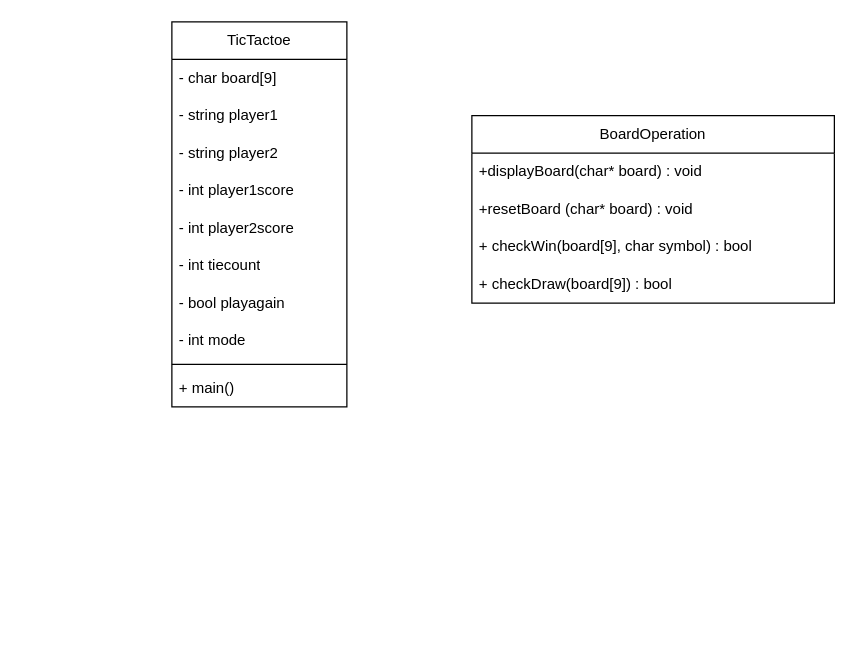
Above: lab12.drawio in haris-hk/Tic-Tac-Toe-on-C (draw.io), before the change. Source tidied: cells renumbered, new cells numbered last; positions are measured from the earlier drawing's top-left corner, leaving out a move shared by most shapes. Both pictures are drawn from the tidied source at 125%, with x=0, y=0 at pixel (171, 21).
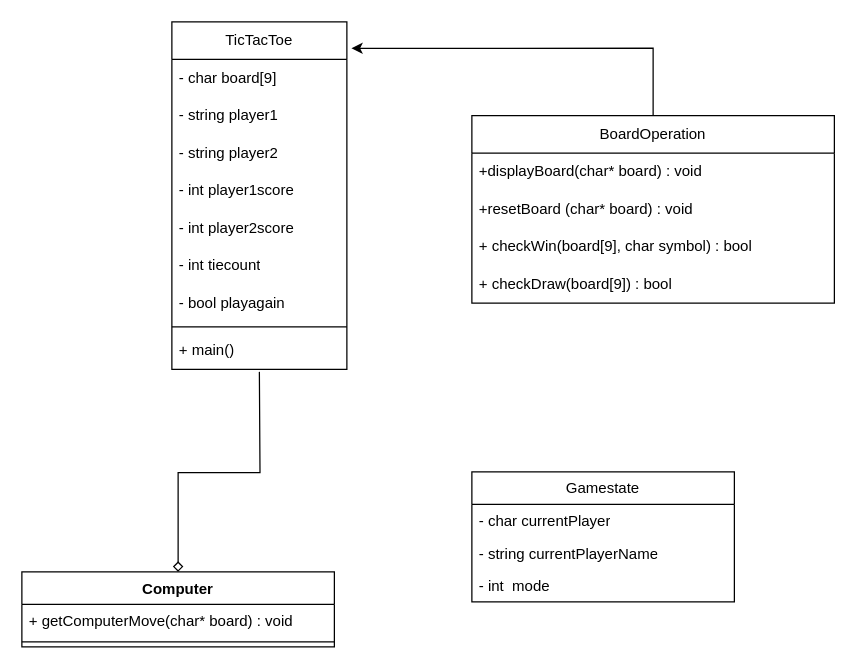
The same page after the edit.

Unchanged cells that the change refers to:
```xml
<mxCell id="13" value="BoardOperation" style="swimlane;fontStyle=0;horizontal=1;startSize=30;whiteSpace=wrap;html=1;" parent="1" vertex="1">
  <mxGeometry x="240" y="75" width="290" height="150" as="geometry" />
</mxCell>
```

The edit, as a diff of the source:
```diff
@@
-    <mxCell id="2" value="TicTactoe" style="swimlane;fontStyle=0;horizontal=1;startSize=30;whiteSpace=wrap;html=1;" parent="1" vertex="1">
-      <mxGeometry width="140" height="308" as="geometry" />
+    <mxCell id="2" value="TicTacToe" style="swimlane;fontStyle=0;horizontal=1;startSize=30;whiteSpace=wrap;html=1;" parent="1" vertex="1">
+      <mxGeometry width="140" height="278" as="geometry" />
     </mxCell>
@@
-    <mxCell id="10" value="- int mode" style="text;strokeColor=none;fillColor=none;align=left;verticalAlign=middle;spacingLeft=4;spacingRight=4;overflow=hidden;whiteSpace=wrap;html=1;" parent="2" vertex="1">
-      <mxGeometry y="240" width="140" height="30" as="geometry" />
-    </mxCell>
     <mxCell id="11" style="line;strokeWidth=1;fillColor=none;align=left;verticalAlign=middle;spacingTop=-1;spacingLeft=3;spacingRight=3;labelPosition=right;strokeColor=inherit;" parent="2" vertex="1">
-      <mxGeometry y="270" width="140" height="8" as="geometry" />
+      <mxGeometry y="240" width="140" height="8" as="geometry" />
     </mxCell>
     <mxCell id="12" value="+ main()" style="text;strokeColor=none;fillColor=none;align=left;verticalAlign=middle;spacingLeft=4;spacingRight=4;overflow=hidden;whiteSpace=wrap;html=1;" parent="2" vertex="1">
-      <mxGeometry y="278" width="140" height="30" as="geometry" />
+      <mxGeometry y="248" width="140" height="30" as="geometry" />
     </mxCell>
@@
+    <mxCell id="18" style="edgeStyle=orthogonalEdgeStyle;rounded=0;jettySize=auto;html=1;exitX=0.5;exitY=0;exitDx=0;exitDy=0;endArrow=none;endFill=0;startArrow=diamond;startFill=0;" parent="1" edge="1" source="19">
+      <mxGeometry relative="1" as="geometry">
+        <mxPoint x="70" y="280" as="targetPoint" />
+      </mxGeometry>
+    </mxCell>
+    <mxCell id="19" value="Computer" style="swimlane;fontStyle=1;align=center;verticalAlign=top;horizontal=1;startSize=26;whiteSpace=wrap;html=1;" parent="1" vertex="1">
+      <mxGeometry x="-120" y="440" width="250" height="60" as="geometry" />
+    </mxCell>
+    <mxCell id="20" value="+ getComputerMove(char* board) : void" style="text;strokeColor=none;fillColor=none;align=left;verticalAlign=top;spacingLeft=4;spacingRight=4;overflow=hidden;whiteSpace=wrap;html=1;" parent="19" vertex="1">
+      <mxGeometry y="26" width="250" height="26" as="geometry" />
+    </mxCell>
+    <mxCell id="21" style="line;strokeWidth=1;fillColor=none;align=left;verticalAlign=middle;spacingTop=-1;spacingLeft=3;spacingRight=3;labelPosition=right;strokeColor=inherit;" parent="19" vertex="1">
+      <mxGeometry y="52" width="250" height="8" as="geometry" />
+    </mxCell>
+    <mxCell id="22" value="Gamestate" style="swimlane;fontStyle=0;horizontal=1;startSize=26;fillColor=none;whiteSpace=wrap;html=1;" parent="1" vertex="1">
+      <mxGeometry x="240" y="360" width="210" height="104" as="geometry" />
+    </mxCell>
+    <mxCell id="23" value="- char currentPlayer" style="text;strokeColor=none;fillColor=none;align=left;verticalAlign=top;spacingLeft=4;spacingRight=4;overflow=hidden;whiteSpace=wrap;html=1;" parent="22" vertex="1">
+      <mxGeometry y="26" width="210" height="26" as="geometry" />
+    </mxCell>
+    <mxCell id="24" value="- string currentPlayerName" style="text;strokeColor=none;fillColor=none;align=left;verticalAlign=top;spacingLeft=4;spacingRight=4;overflow=hidden;whiteSpace=wrap;html=1;" parent="22" vertex="1">
+      <mxGeometry y="52" width="210" height="26" as="geometry" />
+    </mxCell>
+    <mxCell id="10" value="- int&amp;nbsp; mode&amp;nbsp;" style="text;strokeColor=none;fillColor=none;align=left;verticalAlign=top;spacingLeft=4;spacingRight=4;overflow=hidden;whiteSpace=wrap;html=1;" parent="22" vertex="1">
+      <mxGeometry y="78" width="210" height="26" as="geometry" />
+    </mxCell>
+    <mxCell id="25" style="edgeStyle=orthogonalEdgeStyle;rounded=0;jettySize=auto;html=1;exitX=0.5;exitY=0;exitDx=0;exitDy=0;entryX=1.026;entryY=0.076;entryDx=0;entryDy=0;entryPerimeter=0;" parent="1" edge="1" source="13" target="2">
+      <mxGeometry relative="1" as="geometry" />
+    </mxCell>
```
